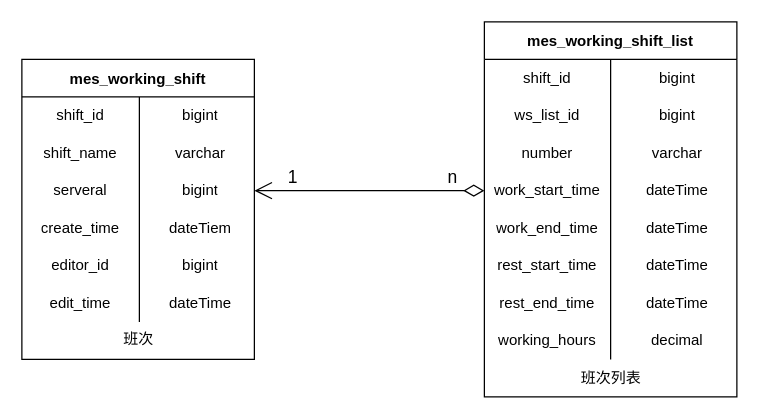
This is page "班次" (5 of 5) of 数据表.drawio from KNAI-I/test, a draw.io file, before an edit. Source tidied: cells renumbered, new cells numbered last; positions are measured from the earlier drawing's top-left corner, leaving out a move shared by most shapes. Both pictures are drawn from the tidied source at 125%, with x=0, y=0 at pixel (21, 21).
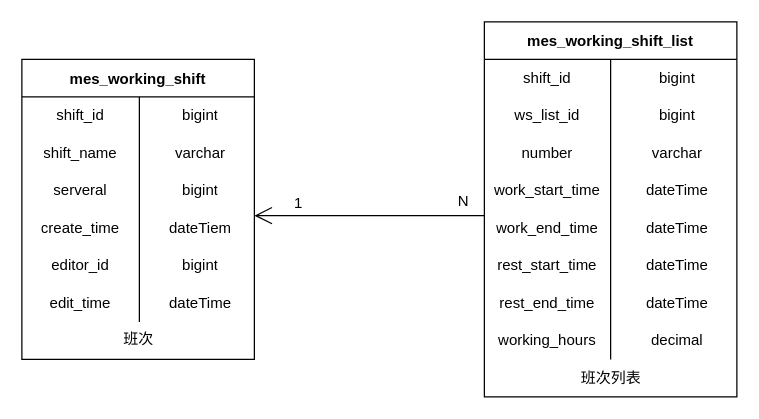
The same page after the edit.

Unchanged cells that the change refers to:
```xml
<mxCell id="9" style="shape=tableRow;horizontal=0;startSize=0;swimlaneHead=0;swimlaneBody=0;top=0;left=0;bottom=0;right=0;fillColor=none;points=[[0,0.5],[1,0.5]];portConstraint=eastwest;" parent="2" vertex="1">
  <mxGeometry y="90" width="186" height="30" as="geometry" />
</mxCell>
<mxCell id="32" style="shape=tableRow;horizontal=0;startSize=0;swimlaneHead=0;swimlaneBody=0;top=0;left=0;bottom=0;right=0;fillColor=none;points=[[0,0.5],[1,0.5]];portConstraint=eastwest;" parent="22" vertex="1">
  <mxGeometry y="120" width="202" height="30" as="geometry" />
</mxCell>
```

Change to the diagram source:
```diff
@@
-    <mxCell id="48" style="endArrow=open;html=1;endSize=12;startArrow=diamondThin;startSize=14;startFill=0;edgeStyle=orthogonalEdgeStyle;rounded=0;exitX=0;exitY=0.5;exitDx=0;exitDy=0;" parent="1" edge="1" source="32" target="9">
-      <mxGeometry relative="1" as="geometry" />
-    </mxCell>
-    <mxCell id="49" value="&lt;font style=&quot;font-size: 14px;&quot;&gt;n&lt;/font&gt;" style="edgeLabel;html=1;align=left;verticalAlign=top;" parent="48" vertex="1">
-      <mxGeometry x="-1" relative="1" as="geometry">
-        <mxPoint x="-31" y="-26" as="offset" />
-      </mxGeometry>
-    </mxCell>
+    <mxCell id="51" style="endArrow=open;endFill=1;endSize=12;html=1;rounded=0;" parent="1" edge="1">
+      <mxGeometry relative="1" as="geometry">
+        <mxPoint x="370" y="155" as="sourcePoint" />
+        <mxPoint x="186" y="155" as="targetPoint" />
+      </mxGeometry>
+    </mxCell>
-    <mxCell id="50" value="&lt;font style=&quot;font-size: 14px;&quot;&gt;1&lt;/font&gt;" style="edgeLabel;html=1;align=right;verticalAlign=top;" parent="48" vertex="1">
-      <mxGeometry x="1" relative="1" as="geometry">
-        <mxPoint x="35" y="-26" as="offset" />
-      </mxGeometry>
+    <mxCell id="50" value="1" style="text;html=1;align=center;verticalAlign=middle;strokeColor=none;fillColor=none;" parent="1" vertex="1">
+      <mxGeometry x="206" y="130" width="30" height="30" as="geometry" />
     </mxCell>
+    <mxCell id="52" value="N" style="text;html=1;align=center;verticalAlign=middle;strokeColor=none;fillColor=none;" parent="1" vertex="1">
+      <mxGeometry x="338" y="129" width="30" height="30" as="geometry" />
+    </mxCell>
```
